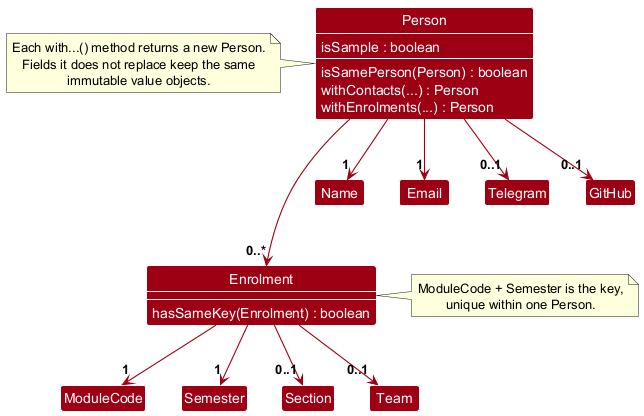
The PlantUML diagram docs/images/StudentProfileClassDiagram.png in AY2627S1-CS2103T-W09-2/tp, before a commit. Source of this version:
```plantuml
@startuml
!include style.puml
skinparam arrowThickness 1.1
skinparam arrowColor MODEL_COLOR
skinparam classBackgroundColor MODEL_COLOR
skinparam classAttributeFontColor #FFFFFF
skinparam classAttributeFontSize 14

Class Person {
    isSample : boolean
    isSamePerson(Person) : boolean
    withContacts(...) : Person
    withEnrolments(...) : Person
}
Class Name
Class Email
Class Telegram
Class GitHub

Class Enrolment {
    hasSameKey(Enrolment) : boolean
}
Class ModuleCode
Class Semester
Class Section
Class Team

show Person members
show Enrolment members

Person --> "1" Name
Person --> "1" Email
Person --> "0..1" Telegram
Person --> "0..1" GitHub
Person ---> "0..*" Enrolment

Enrolment --> "1" ModuleCode
Enrolment --> "1" Semester
Enrolment --> "0..1" Section
Enrolment --> "0..1" Team

note left of Person
  Each with...() method returns a new Person.
  Fields it does not replace keep the same
  immutable value objects.
end note

note right of Enrolment
  ModuleCode + Semester is the key,
  unique within one Person.
end note
@enduml
```
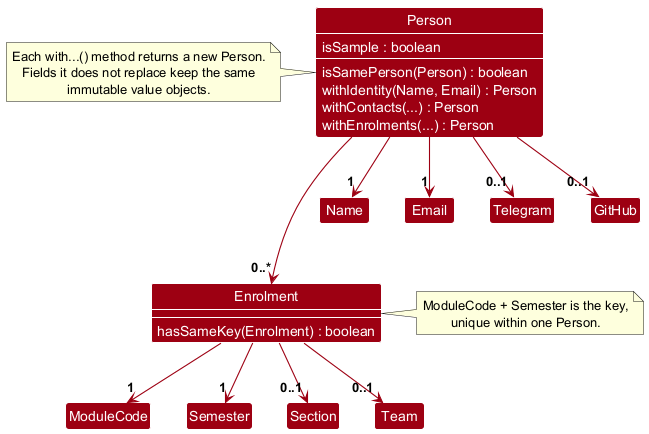
After the commit.

Commit message:
Add withIdentity to student profile class diagram

Diff of the diagram source:
```diff
@@ -9,6 +9,7 @@
 Class Person {
     isSample : boolean
     isSamePerson(Person) : boolean
+    withIdentity(Name, Email) : Person
     withContacts(...) : Person
     withEnrolments(...) : Person
 }
```
